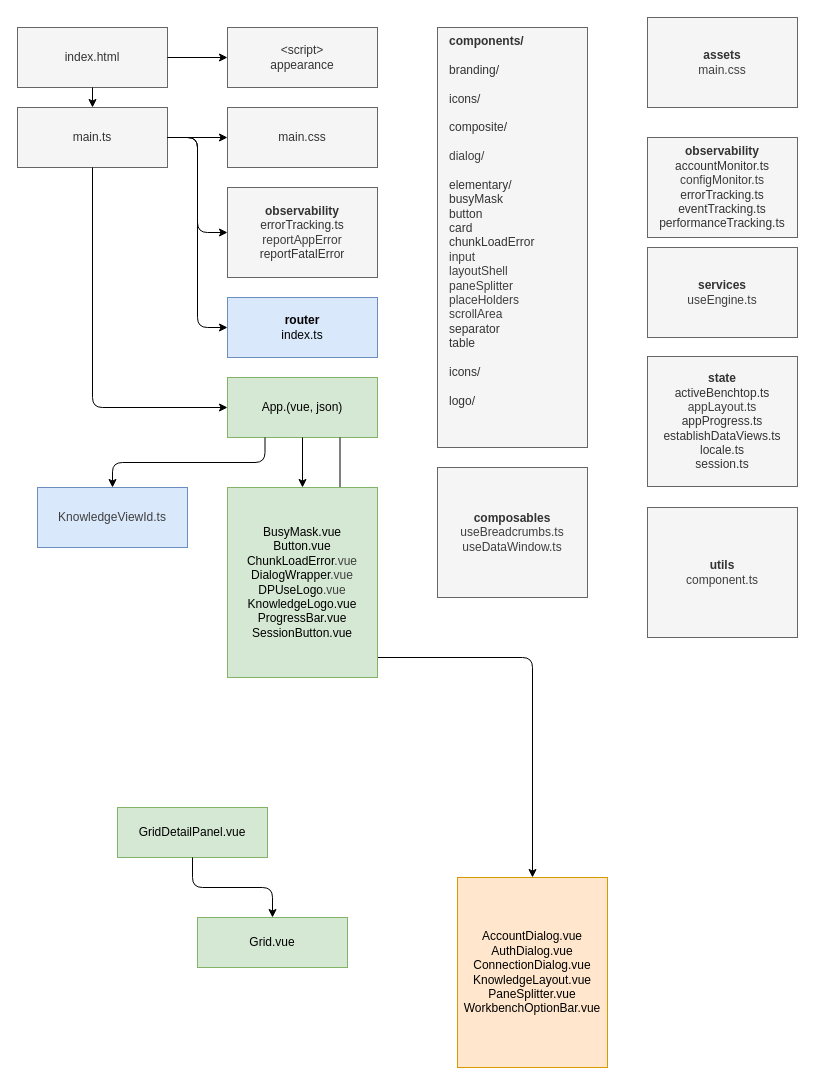
dpuse/dpuse-app keeps this draw.io diagram as schematic.drawio. Above is the earlier version. Source tidied: cells renumbered, new cells numbered last; positions are measured from the earlier drawing's top-left corner, leaving out a move shared by most shapes. Both pictures are drawn from the tidied source at 100%, with x=0, y=0 at pixel (17, 17).
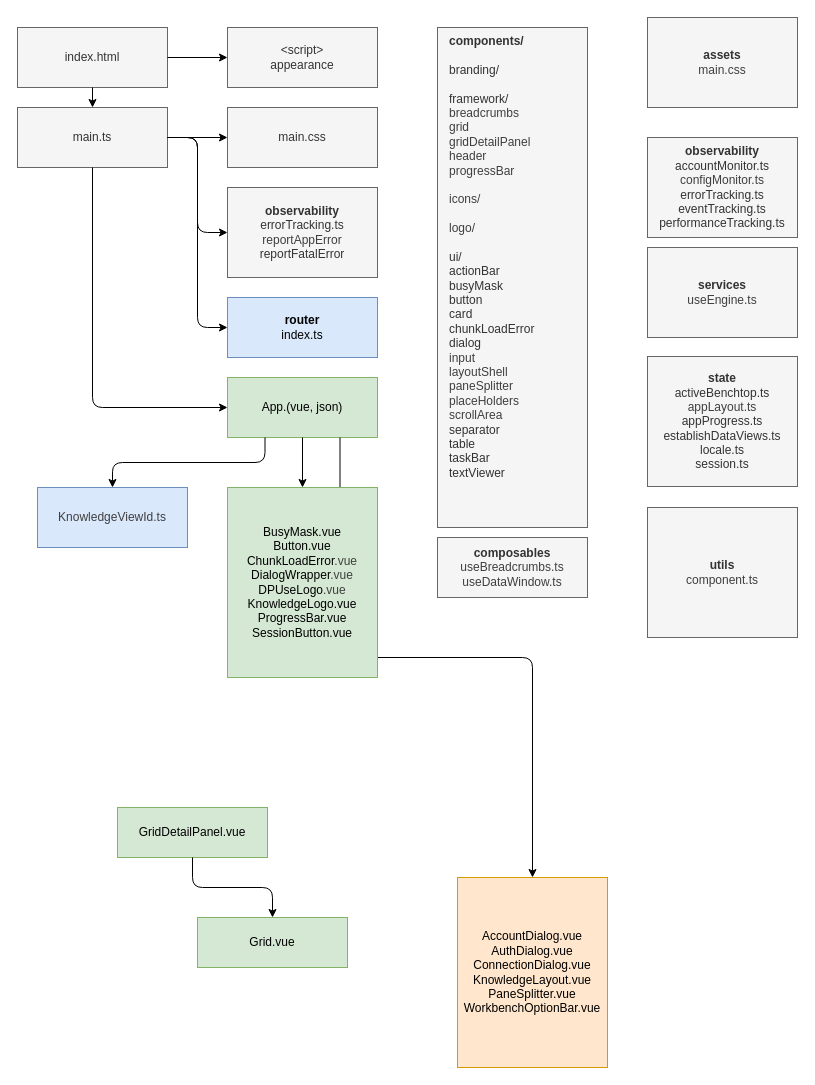
After the change.

Diff of the diagram source:
```diff
@@
     <mxCell id="26" value="&lt;b&gt;composables&lt;/b&gt;&lt;div&gt;&lt;span style=&quot;color: rgb(63, 63, 63); background-color: transparent;&quot;&gt;useBreadcrumbs.ts&lt;/span&gt;&lt;/div&gt;&lt;div&gt;&lt;span style=&quot;color: rgb(63, 63, 63); background-color: transparent;&quot;&gt;useDataWindow.ts&lt;/span&gt;&lt;/div&gt;" style="rounded=0;whiteSpace=wrap;html=1;fillColor=#f5f5f5;strokeColor=#666666;fontColor=#333333;" parent="1" vertex="1">
-      <mxGeometry x="420" y="450" width="150" height="130" as="geometry" />
+      <mxGeometry x="420" y="520" width="150" height="60" as="geometry" />
     </mxCell>
-    <mxCell id="27" value="&lt;b&gt;components/&lt;/b&gt;&lt;div&gt;&lt;b&gt;&lt;br&gt;&lt;/b&gt;&lt;div&gt;branding/&lt;/div&gt;&lt;div&gt;&lt;br&gt;&lt;/div&gt;&lt;div&gt;icons/&lt;/div&gt;&lt;div&gt;&lt;br&gt;&lt;/div&gt;&lt;div&gt;composite/&lt;/div&gt;&lt;div&gt;&lt;div style=&quot;color: rgb(63, 63, 63); scrollbar-color: rgb(226, 226, 226) rgb(251, 251, 251);&quot;&gt;&lt;br style=&quot;color: rgb(63, 63, 63); scrollbar-color: rgb(226, 226, 226) rgb(251, 251, 251);&quot;&gt;&lt;/div&gt;&lt;div style=&quot;color: rgb(63, 63, 63); scrollbar-color: rgb(226, 226, 226) rgb(251, 251, 251);&quot;&gt;dialog/&lt;/div&gt;&lt;/div&gt;&lt;div style=&quot;color: rgb(63, 63, 63); scrollbar-color: rgb(226, 226, 226) rgb(251, 251, 251);&quot;&gt;&lt;br&gt;&lt;/div&gt;&lt;div&gt;elementary/&lt;/div&gt;&lt;div&gt;busyMask&lt;/div&gt;&lt;div&gt;button&lt;/div&gt;&lt;div&gt;card&lt;/div&gt;&lt;div&gt;chunkLoadError&lt;/div&gt;&lt;div&gt;&lt;span style=&quot;color: rgb(63, 63, 63); background-color: transparent;&quot;&gt;input&lt;/span&gt;&lt;/div&gt;&lt;div&gt;&lt;span style=&quot;color: rgb(63, 63, 63); background-color: transparent;&quot;&gt;layoutShell&lt;/span&gt;&lt;/div&gt;&lt;div&gt;&lt;span style=&quot;color: rgb(63, 63, 63); background-color: transparent;&quot;&gt;paneSplitter&lt;/span&gt;&lt;/div&gt;&lt;div&gt;&lt;span style=&quot;color: rgb(63, 63, 63); background-color: transparent;&quot;&gt;placeHolders&lt;/span&gt;&lt;/div&gt;&lt;div&gt;&lt;span style=&quot;color: rgb(63, 63, 63); background-color: transparent;&quot;&gt;scrollArea&lt;/span&gt;&lt;/div&gt;&lt;div&gt;separator&lt;/div&gt;&lt;div&gt;table&lt;/div&gt;&lt;/div&gt;&lt;div&gt;&lt;br&gt;&lt;/div&gt;&lt;div&gt;icons/&lt;/div&gt;&lt;div&gt;&lt;br&gt;&lt;/div&gt;&lt;div&gt;logo/&lt;/div&gt;" style="rounded=0;whiteSpace=wrap;html=1;fillColor=#f5f5f5;strokeColor=#666666;fontColor=#333333;align=left;verticalAlign=top;spacingLeft=10;" parent="1" vertex="1">
-      <mxGeometry x="420" y="10" width="150" height="420" as="geometry" />
+    <mxCell id="27" value="&lt;b&gt;components/&lt;/b&gt;&lt;div&gt;&lt;b&gt;&lt;br&gt;&lt;/b&gt;&lt;div&gt;branding/&lt;/div&gt;&lt;div&gt;&lt;br&gt;&lt;/div&gt;&lt;div&gt;framework/&lt;/div&gt;&lt;div style=&quot;color: rgb(63, 63, 63); scrollbar-color: rgb(226, 226, 226) rgb(251, 251, 251);&quot;&gt;&lt;div style=&quot;color: rgb(63, 63, 63); scrollbar-color: rgb(226, 226, 226) rgb(251, 251, 251);&quot;&gt;breadcrumbs&lt;/div&gt;&lt;div style=&quot;color: rgb(63, 63, 63); scrollbar-color: rgb(226, 226, 226) rgb(251, 251, 251);&quot;&gt;grid&lt;/div&gt;&lt;div style=&quot;color: rgb(63, 63, 63); scrollbar-color: rgb(226, 226, 226) rgb(251, 251, 251);&quot;&gt;gridDetailPanel&lt;/div&gt;&lt;div style=&quot;color: rgb(63, 63, 63); scrollbar-color: rgb(226, 226, 226) rgb(251, 251, 251);&quot;&gt;header&lt;/div&gt;&lt;div style=&quot;color: rgb(63, 63, 63); scrollbar-color: rgb(226, 226, 226) rgb(251, 251, 251);&quot;&gt;progressBar&lt;/div&gt;&lt;div style=&quot;color: rgb(63, 63, 63); scrollbar-color: rgb(226, 226, 226) rgb(251, 251, 251);&quot;&gt;&lt;br&gt;&lt;/div&gt;&lt;div style=&quot;color: rgb(63, 63, 63); scrollbar-color: rgb(226, 226, 226) rgb(251, 251, 251);&quot;&gt;icons/&lt;/div&gt;&lt;div style=&quot;color: rgb(63, 63, 63); scrollbar-color: rgb(226, 226, 226) rgb(251, 251, 251);&quot;&gt;&lt;br style=&quot;color: rgb(63, 63, 63); scrollbar-color: rgb(226, 226, 226) rgb(251, 251, 251);&quot;&gt;&lt;/div&gt;&lt;div style=&quot;color: rgb(63, 63, 63); scrollbar-color: rgb(226, 226, 226) rgb(251, 251, 251);&quot;&gt;logo/&lt;/div&gt;&lt;div style=&quot;color: rgb(63, 63, 63); scrollbar-color: rgb(226, 226, 226) rgb(251, 251, 251);&quot;&gt;&lt;br&gt;&lt;/div&gt;&lt;/div&gt;&lt;div&gt;ui/&lt;/div&gt;&lt;div&gt;actionBar&lt;/div&gt;&lt;div&gt;busyMask&lt;/div&gt;&lt;div&gt;button&lt;/div&gt;&lt;div&gt;card&lt;/div&gt;&lt;div&gt;chunkLoadError&lt;/div&gt;&lt;div&gt;dialog&lt;/div&gt;&lt;div&gt;&lt;span style=&quot;color: rgb(63, 63, 63); background-color: transparent;&quot;&gt;input&lt;/span&gt;&lt;/div&gt;&lt;div&gt;&lt;span style=&quot;color: rgb(63, 63, 63); background-color: transparent;&quot;&gt;layoutShell&lt;/span&gt;&lt;/div&gt;&lt;div&gt;&lt;span style=&quot;color: rgb(63, 63, 63); background-color: transparent;&quot;&gt;paneSplitter&lt;/span&gt;&lt;/div&gt;&lt;div&gt;&lt;span style=&quot;color: rgb(63, 63, 63); background-color: transparent;&quot;&gt;placeHolders&lt;/span&gt;&lt;/div&gt;&lt;div&gt;&lt;span style=&quot;color: rgb(63, 63, 63); background-color: transparent;&quot;&gt;scrollArea&lt;/span&gt;&lt;/div&gt;&lt;div&gt;separator&lt;/div&gt;&lt;div&gt;table&lt;/div&gt;&lt;/div&gt;&lt;div&gt;taskBar&lt;/div&gt;&lt;div&gt;textViewer&lt;/div&gt;" style="rounded=0;whiteSpace=wrap;html=1;fillColor=#f5f5f5;strokeColor=#666666;fontColor=#333333;align=left;verticalAlign=top;spacingLeft=10;" parent="1" vertex="1">
+      <mxGeometry x="420" y="10" width="150" height="500" as="geometry" />
     </mxCell>
```
